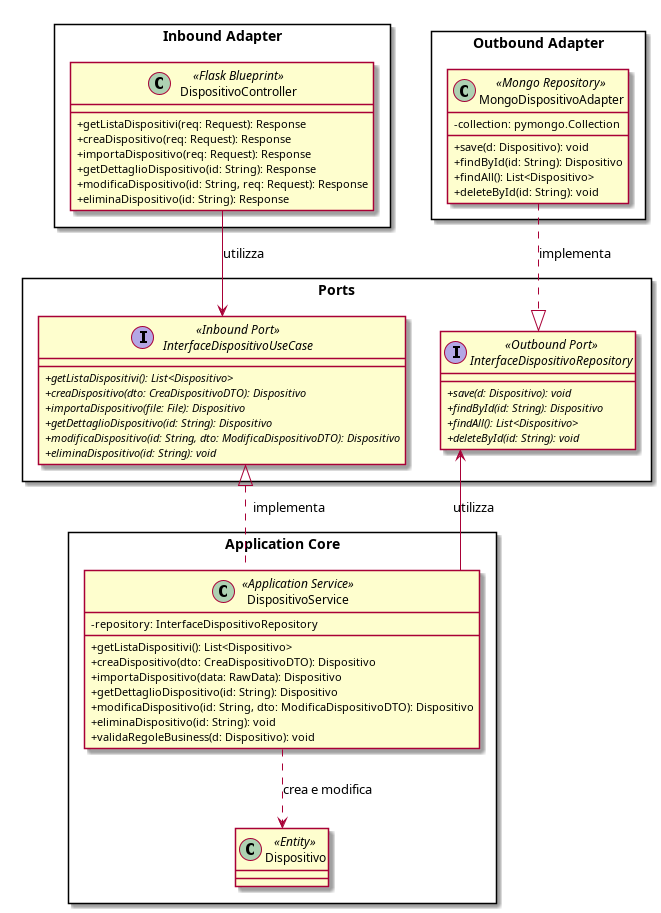
Above: src/PB/DocumentazioneEsterna/Specifica_Tecnica/content/uml/png/classe_dispositivo.png in GroupRubberDuck/Documentazione (PlantUML), before the change. Its source is kept beside it as src/PB/DocumentazioneEsterna/Specifica_Tecnica/content/uml/puml/Diagrammi_classi/classe_dispositivo.puml.
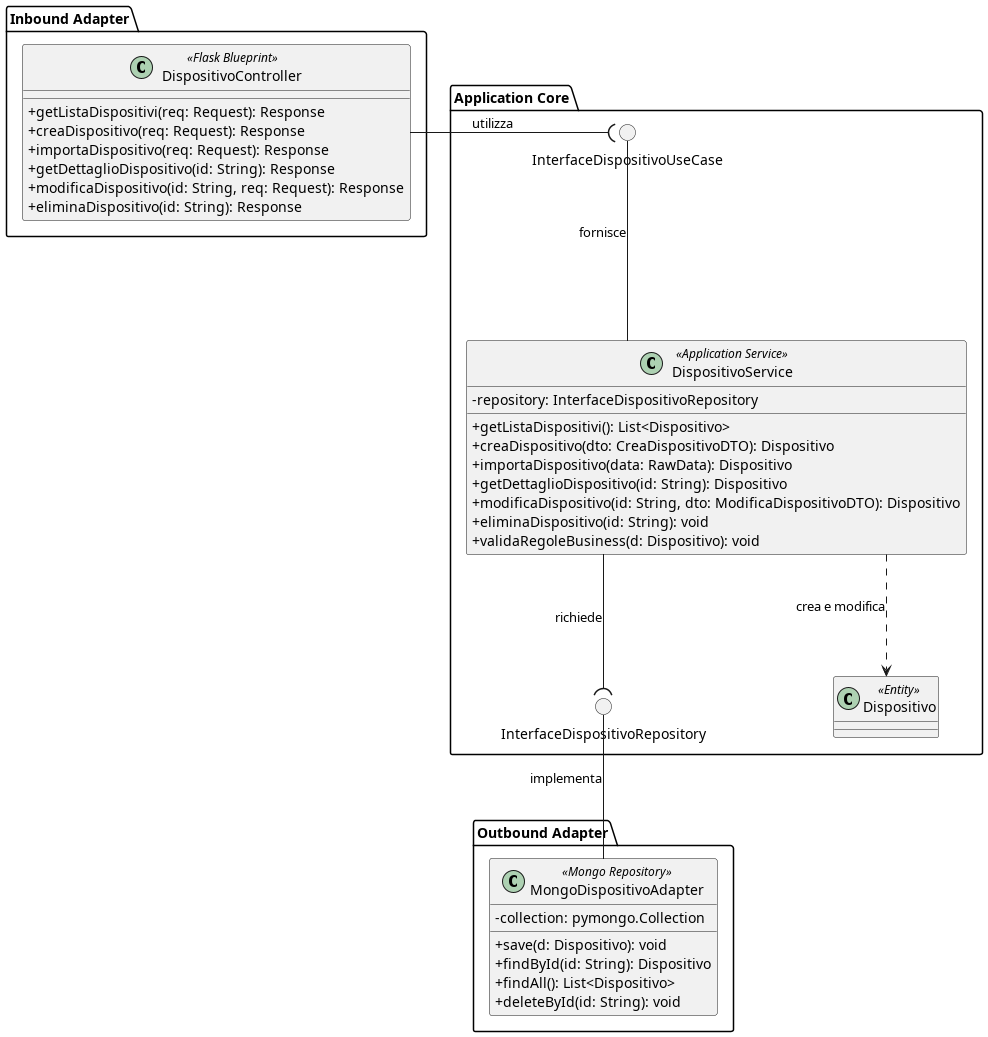
Above is the later version.

Commit message:
Feat: aggiornamento diagrammi con ballsocket

Diff of the diagram source:
```diff
@@ -1,7 +1,8 @@
 @startuml classe_dispositivo
 skinparam linetype ortho
+skinparam nodesep 120
+skinparam ranksep 120
 skinparam classAttributeIconSize 0
-skinparam packageStyle rectangle
 
 package "Inbound Adapter" {
     class DispositivoController <<Flask Blueprint>> {
@@ -14,26 +15,10 @@
     }
 }
 
-package "Ports" {
+package "Application Core" {
 
-    interface InterfaceDispositivoUseCase <<Inbound Port>> {
-        + {abstract} getListaDispositivi(): List<Dispositivo>
-        + {abstract} creaDispositivo(dto: CreaDispositivoDTO): Dispositivo
-        + {abstract} importaDispositivo(file: File): Dispositivo
-        + {abstract} getDettaglioDispositivo(id: String): Dispositivo
-        + {abstract} modificaDispositivo(id: String, dto: ModificaDispositivoDTO): Dispositivo
-        + {abstract} eliminaDispositivo(id: String): void
-    }
-
-    interface InterfaceDispositivoRepository <<Outbound Port>> {
-        + {abstract} save(d: Dispositivo): void
-        + {abstract} findById(id: String): Dispositivo
-        + {abstract} findAll(): List<Dispositivo>
-        + {abstract} deleteById(id: String): void
-    }
-}
-
-package "Application Core" <<Rectangle>> {
+    () "InterfaceDispositivoUseCase" as InboundPort
+    () "InterfaceDispositivoRepository" as OutboundPort
 
     class DispositivoService <<Application Service>> {
         - repository: InterfaceDispositivoRepository
@@ -47,6 +32,10 @@
     }
 
     class Dispositivo <<Entity>>
+
+    InboundPort -down- DispositivoService : " fornisce"
+    DispositivoService -down-( OutboundPort : " richiede"
+    DispositivoService ..> Dispositivo : " crea e modifica"
 }
 
 package "Outbound Adapter" {
@@ -59,11 +48,8 @@
     }
 }
 
+DispositivoController -( InboundPort : " utilizza"
 
-DispositivoController --> InterfaceDispositivoUseCase : utilizza
-MongoDispositivoAdapter ..|> InterfaceDispositivoRepository : implementa
-InterfaceDispositivoUseCase <|.. DispositivoService : implementa
-DispositivoService --> InterfaceDispositivoRepository : utilizza
-DispositivoService ..> Dispositivo : crea e modifica
+OutboundPort -down- MongoDispositivoAdapter : " implementa"
 
 @enduml
```
